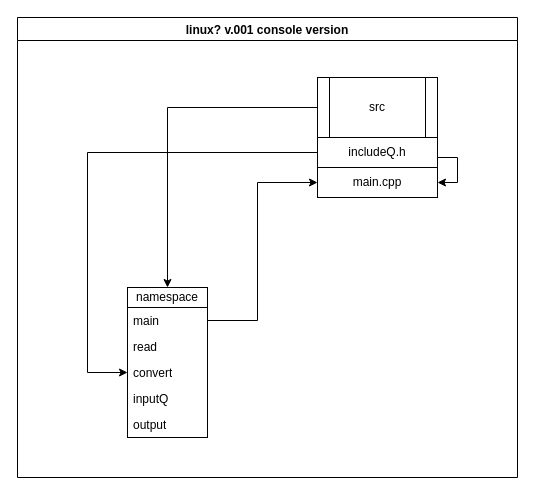
This is HypSsgDiag.drawio from HyperSausage/HyperSSG-core, a draw.io file, before an edit. Source tidied: cells renumbered, new cells numbered last; positions are measured from the earlier drawing's top-left corner, leaving out a move shared by most shapes. Both pictures are drawn from the tidied source at 100%, with x=0, y=0 at pixel (17, 17).
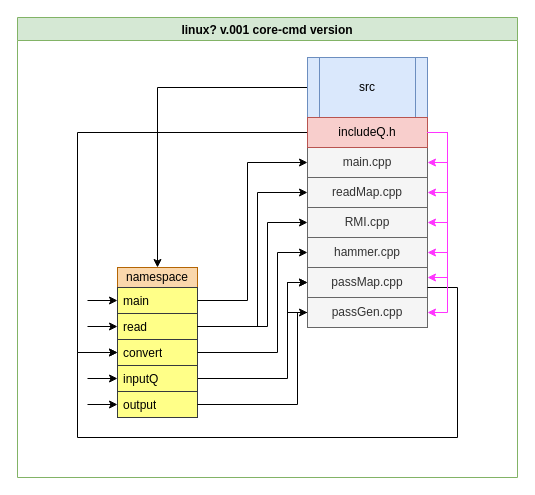
The same diagram, later.

What changed in the source:
```diff
@@
-    <mxCell id="2" value="linux? v.001 console version" style="swimlane;" parent="1" vertex="1">
+    <mxCell id="2" value="linux? v.001 core-cmd version" style="swimlane;fillColor=#d5e8d4;strokeColor=#82b366;" parent="1" vertex="1">
       <mxGeometry width="500" height="460" as="geometry" />
     </mxCell>
-    <mxCell id="3" value="namespace" style="rounded=0;whiteSpace=wrap;html=1;" parent="2" vertex="1">
-      <mxGeometry x="110" y="270" width="80" height="20" as="geometry" />
+    <mxCell id="3" value="namespace" style="rounded=0;whiteSpace=wrap;html=1;fillColor=#fad7ac;strokeColor=#b46504;" parent="2" vertex="1">
+      <mxGeometry x="100" y="250" width="80" height="20" as="geometry" />
     </mxCell>
     <mxCell id="4" value="&lt;pre&gt;&lt;br&gt;&lt;/pre&gt;" style="rounded=0;whiteSpace=wrap;html=1;" parent="2" vertex="1">
-      <mxGeometry x="110" y="290" width="80" height="130" as="geometry" />
+      <mxGeometry x="100" y="270" width="80" height="130" as="geometry" />
     </mxCell>
-    <mxCell id="5" value="main" style="text;html=1;strokeColor=none;fillColor=none;align=left;verticalAlign=top;spacingLeft=4;spacingRight=4;whiteSpace=wrap;overflow=hidden;points=[[0,0.5],[1,0.5]];portConstraint=eastwest;" parent="2" vertex="1">
-      <mxGeometry x="110" y="290" width="80" height="26" as="geometry" />
+    <mxCell id="5" value="main" style="text;html=1;strokeColor=#36393d;fillColor=#ffff88;align=left;verticalAlign=top;spacingLeft=4;spacingRight=4;whiteSpace=wrap;overflow=hidden;points=[[0,0.5],[1,0.5]];portConstraint=eastwest;" parent="2" vertex="1">
+      <mxGeometry x="100" y="270" width="80" height="26" as="geometry" />
     </mxCell>
-    <mxCell id="6" value="read" style="text;html=1;strokeColor=none;fillColor=none;align=left;verticalAlign=top;spacingLeft=4;spacingRight=4;whiteSpace=wrap;overflow=hidden;points=[[0,0.5],[1,0.5]];portConstraint=eastwest;" parent="2" vertex="1">
-      <mxGeometry x="110" y="316" width="80" height="26" as="geometry" />
+    <mxCell id="6" value="read" style="text;html=1;strokeColor=#36393d;fillColor=#ffff88;align=left;verticalAlign=top;spacingLeft=4;spacingRight=4;whiteSpace=wrap;overflow=hidden;points=[[0,0.5],[1,0.5]];portConstraint=eastwest;" parent="2" vertex="1">
+      <mxGeometry x="100" y="296" width="80" height="26" as="geometry" />
     </mxCell>
-    <mxCell id="7" value="convert" style="text;html=1;strokeColor=none;fillColor=none;align=left;verticalAlign=top;spacingLeft=4;spacingRight=4;whiteSpace=wrap;overflow=hidden;points=[[0,0.5],[1,0.5]];portConstraint=eastwest;" parent="2" vertex="1">
-      <mxGeometry x="110" y="342" width="80" height="26" as="geometry" />
+    <mxCell id="7" value="convert" style="text;html=1;strokeColor=#36393d;fillColor=#ffff88;align=left;verticalAlign=top;spacingLeft=4;spacingRight=4;whiteSpace=wrap;overflow=hidden;points=[[0,0.5],[1,0.5]];portConstraint=eastwest;" parent="2" vertex="1">
+      <mxGeometry x="100" y="322" width="80" height="26" as="geometry" />
     </mxCell>
+    <mxCell id="17" style="edgeStyle=orthogonalEdgeStyle;rounded=0;jettySize=auto;html=1;entryX=0;entryY=0.5;entryDx=0;entryDy=0;" parent="2" edge="1" source="8" target="22">
+      <mxGeometry relative="1" as="geometry">
+        <Array as="points">
+          <mxPoint x="270" y="361" />
+          <mxPoint x="270" y="265" />
+        </Array>
+      </mxGeometry>
+    </mxCell>
-    <mxCell id="8" value="inputQ" style="text;html=1;strokeColor=none;fillColor=none;align=left;verticalAlign=top;spacingLeft=4;spacingRight=4;whiteSpace=wrap;overflow=hidden;points=[[0,0.5],[1,0.5]];portConstraint=eastwest;" parent="2" vertex="1">
-      <mxGeometry x="110" y="368" width="80" height="26" as="geometry" />
+    <mxCell id="8" value="inputQ" style="text;html=1;strokeColor=#36393d;fillColor=#ffff88;align=left;verticalAlign=top;spacingLeft=4;spacingRight=4;whiteSpace=wrap;overflow=hidden;points=[[0,0.5],[1,0.5]];portConstraint=eastwest;" parent="2" vertex="1">
+      <mxGeometry x="100" y="348" width="80" height="26" as="geometry" />
     </mxCell>
-    <mxCell id="9" value="output" style="text;html=1;strokeColor=none;fillColor=none;align=left;verticalAlign=top;spacingLeft=4;spacingRight=4;whiteSpace=wrap;overflow=hidden;points=[[0,0.5],[1,0.5]];portConstraint=eastwest;" parent="2" vertex="1">
-      <mxGeometry x="110" y="394" width="80" height="26" as="geometry" />
+    <mxCell id="9" value="output" style="text;html=1;strokeColor=#36393d;fillColor=#ffff88;align=left;verticalAlign=top;spacingLeft=4;spacingRight=4;whiteSpace=wrap;overflow=hidden;points=[[0,0.5],[1,0.5]];portConstraint=eastwest;" parent="2" vertex="1">
+      <mxGeometry x="100" y="374" width="80" height="26" as="geometry" />
     </mxCell>
@@
-    <mxCell id="11" value="src" style="shape=process;whiteSpace=wrap;html=1;backgroundOutline=1;" parent="2" vertex="1">
-      <mxGeometry x="300" y="60" width="120" height="60" as="geometry" />
+    <mxCell id="11" value="src" style="shape=process;whiteSpace=wrap;html=1;backgroundOutline=1;fillColor=#dae8fc;strokeColor=#6c8ebf;" parent="2" vertex="1">
+      <mxGeometry x="290" y="40" width="120" height="60" as="geometry" />
     </mxCell>
-    <mxCell id="12" value="main.cpp" style="rounded=0;whiteSpace=wrap;html=1;" parent="2" vertex="1">
-      <mxGeometry x="300" y="150" width="120" height="30" as="geometry" />
+    <mxCell id="12" value="main.cpp" style="rounded=0;whiteSpace=wrap;html=1;fillColor=#f5f5f5;fontColor=#333333;strokeColor=#666666;" parent="2" vertex="1">
+      <mxGeometry x="290" y="130" width="120" height="30" as="geometry" />
     </mxCell>
     <mxCell id="13" style="edgeStyle=orthogonalEdgeStyle;rounded=0;jettySize=auto;html=1;entryX=0;entryY=0.5;entryDx=0;entryDy=0;" parent="2" edge="1" source="5" target="12">
       <mxGeometry relative="1" as="geometry">
         <Array as="points">
-          <mxPoint x="240" y="303" />
-          <mxPoint x="240" y="165" />
+          <mxPoint x="230" y="283" />
+          <mxPoint x="230" y="145" />
         </Array>
       </mxGeometry>
     </mxCell>
     <mxCell id="14" style="edgeStyle=orthogonalEdgeStyle;rounded=0;jettySize=auto;html=1;exitX=0;exitY=0.5;exitDx=0;exitDy=0;entryX=0;entryY=0.5;entryDx=0;entryDy=0;" parent="2" edge="1" source="15" target="7">
       <mxGeometry relative="1" as="geometry">
         <Array as="points">
-          <mxPoint x="70" y="135" />
-          <mxPoint x="70" y="355" />
+          <mxPoint x="60" y="115" />
+          <mxPoint x="60" y="335" />
         </Array>
       </mxGeometry>
     </mxCell>
+    <mxCell id="18" style="edgeStyle=orthogonalEdgeStyle;rounded=0;jettySize=auto;html=1;entryX=1;entryY=0.5;entryDx=0;entryDy=0;strokeColor=#FF33FF;" parent="2" edge="1" source="15" target="19">
+      <mxGeometry relative="1" as="geometry">
+        <Array as="points">
+          <mxPoint x="430" y="115" />
+          <mxPoint x="430" y="175" />
+        </Array>
+      </mxGeometry>
+    </mxCell>
-    <mxCell id="15" value="includeQ.h" style="whiteSpace=wrap;html=1;" parent="2" vertex="1">
-      <mxGeometry x="300" y="120" width="120" height="30" as="geometry" />
+    <mxCell id="15" value="includeQ.h" style="whiteSpace=wrap;html=1;fillColor=#f8cecc;strokeColor=#b85450;" parent="2" vertex="1">
+      <mxGeometry x="290" y="100" width="120" height="30" as="geometry" />
     </mxCell>
-    <mxCell id="16" style="edgeStyle=orthogonalEdgeStyle;rounded=0;jettySize=auto;html=1;entryX=1;entryY=0.5;entryDx=0;entryDy=0;exitX=1;exitY=0.5;exitDx=0;exitDy=0;" parent="2" edge="1" source="15" target="12">
+    <mxCell id="16" style="edgeStyle=orthogonalEdgeStyle;rounded=0;jettySize=auto;html=1;entryX=1;entryY=0.5;entryDx=0;entryDy=0;exitX=1;exitY=0.5;exitDx=0;exitDy=0;fillColor=#ffff88;strokeColor=#FF33FF;" parent="2" edge="1" source="15" target="12">
       <mxGeometry relative="1" as="geometry">
         <Array as="points">
-          <mxPoint x="420" y="140" />
-          <mxPoint x="440" y="140" />
-          <mxPoint x="440" y="165" />
+          <mxPoint x="430" y="115" />
+          <mxPoint x="430" y="145" />
         </Array>
       </mxGeometry>
     </mxCell>
+    <mxCell id="19" value="readMap.cpp" style="rounded=0;whiteSpace=wrap;html=1;fillColor=#f5f5f5;fontColor=#333333;strokeColor=#666666;" parent="2" vertex="1">
+      <mxGeometry x="290" y="160" width="120" height="30" as="geometry" />
+    </mxCell>
+    <mxCell id="20" style="edgeStyle=orthogonalEdgeStyle;rounded=0;jettySize=auto;html=1;entryX=0;entryY=0.5;entryDx=0;entryDy=0;" parent="2" edge="1" source="21" target="22">
+      <mxGeometry relative="1" as="geometry">
+        <Array as="points">
+          <mxPoint x="270" y="295" />
+          <mxPoint x="270" y="265" />
+        </Array>
+      </mxGeometry>
+    </mxCell>
+    <mxCell id="21" value="passGen.cpp" style="rounded=0;whiteSpace=wrap;html=1;fillColor=#f5f5f5;fontColor=#333333;strokeColor=#666666;" parent="2" vertex="1">
+      <mxGeometry x="290" y="280" width="120" height="30" as="geometry" />
+    </mxCell>
+    <mxCell id="22" value="passMap.cpp" style="rounded=0;whiteSpace=wrap;html=1;fillColor=#f5f5f5;fontColor=#333333;strokeColor=#666666;" parent="2" vertex="1">
+      <mxGeometry x="290" y="250" width="120" height="30" as="geometry" />
+    </mxCell>
+    <mxCell id="23" value="hammer.cpp" style="rounded=0;whiteSpace=wrap;html=1;fillColor=#f5f5f5;fontColor=#333333;strokeColor=#666666;" parent="2" vertex="1">
+      <mxGeometry x="290" y="220" width="120" height="30" as="geometry" />
+    </mxCell>
+    <mxCell id="24" value="RMI.cpp" style="rounded=0;whiteSpace=wrap;html=1;fillColor=#f5f5f5;fontColor=#333333;strokeColor=#666666;" parent="2" vertex="1">
+      <mxGeometry x="290" y="190" width="120" height="30" as="geometry" />
+    </mxCell>
+    <mxCell id="25" style="edgeStyle=orthogonalEdgeStyle;rounded=0;jettySize=auto;html=1;entryX=0;entryY=0.5;entryDx=0;entryDy=0;" parent="2" edge="1" source="6" target="19">
+      <mxGeometry relative="1" as="geometry">
+        <Array as="points">
+          <mxPoint x="240" y="309" />
+          <mxPoint x="240" y="175" />
+        </Array>
+      </mxGeometry>
+    </mxCell>
+    <mxCell id="26" style="edgeStyle=orthogonalEdgeStyle;rounded=0;jettySize=auto;html=1;entryX=0;entryY=0.5;entryDx=0;entryDy=0;" parent="2" edge="1" source="6" target="24">
+      <mxGeometry relative="1" as="geometry">
+        <Array as="points">
+          <mxPoint x="250" y="309" />
+          <mxPoint x="250" y="205" />
+        </Array>
+      </mxGeometry>
+    </mxCell>
+    <mxCell id="27" style="edgeStyle=orthogonalEdgeStyle;rounded=0;jettySize=auto;html=1;entryX=0;entryY=0.5;entryDx=0;entryDy=0;" parent="2" edge="1" source="7" target="23">
+      <mxGeometry relative="1" as="geometry">
+        <Array as="points">
+          <mxPoint x="260" y="335" />
+          <mxPoint x="260" y="235" />
+        </Array>
+      </mxGeometry>
+    </mxCell>
+    <mxCell id="28" style="edgeStyle=orthogonalEdgeStyle;rounded=0;jettySize=auto;html=1;entryX=0;entryY=0.5;entryDx=0;entryDy=0;" parent="2" edge="1" target="7">
+      <mxGeometry relative="1" as="geometry">
+        <mxPoint x="410" y="270" as="sourcePoint" />
+        <Array as="points">
+          <mxPoint x="440" y="270" />
+          <mxPoint x="440" y="420" />
+          <mxPoint x="60" y="420" />
+          <mxPoint x="60" y="335" />
+        </Array>
+      </mxGeometry>
+    </mxCell>
+    <mxCell id="29" style="edgeStyle=orthogonalEdgeStyle;rounded=0;jettySize=auto;html=1;entryX=0;entryY=0.5;entryDx=0;entryDy=0;" parent="2" edge="1" source="9" target="21">
+      <mxGeometry relative="1" as="geometry">
+        <Array as="points">
+          <mxPoint x="280" y="387" />
+          <mxPoint x="280" y="295" />
+        </Array>
+      </mxGeometry>
+    </mxCell>
+    <mxCell id="30" style="edgeStyle=orthogonalEdgeStyle;rounded=0;jettySize=auto;html=1;strokeColor=#FF33FF;entryX=1;entryY=0.5;entryDx=0;entryDy=0;exitX=1;exitY=0.5;exitDx=0;exitDy=0;" parent="2" edge="1" source="15" target="24">
+      <mxGeometry relative="1" as="geometry">
+        <Array as="points">
+          <mxPoint x="430" y="115" />
+          <mxPoint x="430" y="205" />
+        </Array>
+      </mxGeometry>
+    </mxCell>
+    <mxCell id="31" style="edgeStyle=orthogonalEdgeStyle;rounded=0;jettySize=auto;html=1;strokeColor=#FF33FF;entryX=1;entryY=0.5;entryDx=0;entryDy=0;" parent="2" edge="1" source="15" target="23">
+      <mxGeometry relative="1" as="geometry">
+        <Array as="points">
+          <mxPoint x="430" y="115" />
+          <mxPoint x="430" y="235" />
+        </Array>
+      </mxGeometry>
+    </mxCell>
+    <mxCell id="32" style="edgeStyle=orthogonalEdgeStyle;rounded=0;jettySize=auto;html=1;strokeColor=#FF33FF;" parent="2" edge="1" source="15">
+      <mxGeometry relative="1" as="geometry">
+        <mxPoint x="410" y="260" as="targetPoint" />
+        <Array as="points">
+          <mxPoint x="430" y="115" />
+          <mxPoint x="430" y="260" />
+        </Array>
+      </mxGeometry>
+    </mxCell>
+    <mxCell id="33" style="edgeStyle=orthogonalEdgeStyle;rounded=0;jettySize=auto;html=1;strokeColor=#FF33FF;entryX=1;entryY=0.5;entryDx=0;entryDy=0;exitX=1;exitY=0.5;exitDx=0;exitDy=0;" parent="2" edge="1" source="15" target="21">
+      <mxGeometry relative="1" as="geometry" />
+    </mxCell>
+    <mxCell id="34" style="endArrow=classic;html=1;rounded=0;strokeColor=#000000;entryX=0;entryY=0.5;entryDx=0;entryDy=0;" parent="1" edge="1" target="5">
+      <mxGeometry relative="1" as="geometry">
+        <mxPoint x="70" y="283" as="sourcePoint" />
+      </mxGeometry>
+    </mxCell>
+    <mxCell id="35" style="endArrow=classic;html=1;rounded=0;strokeColor=#000000;entryX=0;entryY=0.5;entryDx=0;entryDy=0;" parent="1" edge="1" target="6">
+      <mxGeometry relative="1" as="geometry">
+        <mxPoint x="70" y="309" as="sourcePoint" />
+      </mxGeometry>
+    </mxCell>
+    <mxCell id="36" style="endArrow=classic;html=1;rounded=0;strokeColor=#000000;entryX=0;entryY=0.5;entryDx=0;entryDy=0;" parent="1" edge="1" target="8">
+      <mxGeometry relative="1" as="geometry">
+        <mxPoint x="70" y="361" as="sourcePoint" />
+      </mxGeometry>
+    </mxCell>
+    <mxCell id="37" style="endArrow=classic;html=1;rounded=0;strokeColor=#000000;entryX=0;entryY=0.5;entryDx=0;entryDy=0;" parent="1" edge="1" target="9">
+      <mxGeometry relative="1" as="geometry">
+        <mxPoint x="70" y="387" as="sourcePoint" />
+      </mxGeometry>
+    </mxCell>
```
